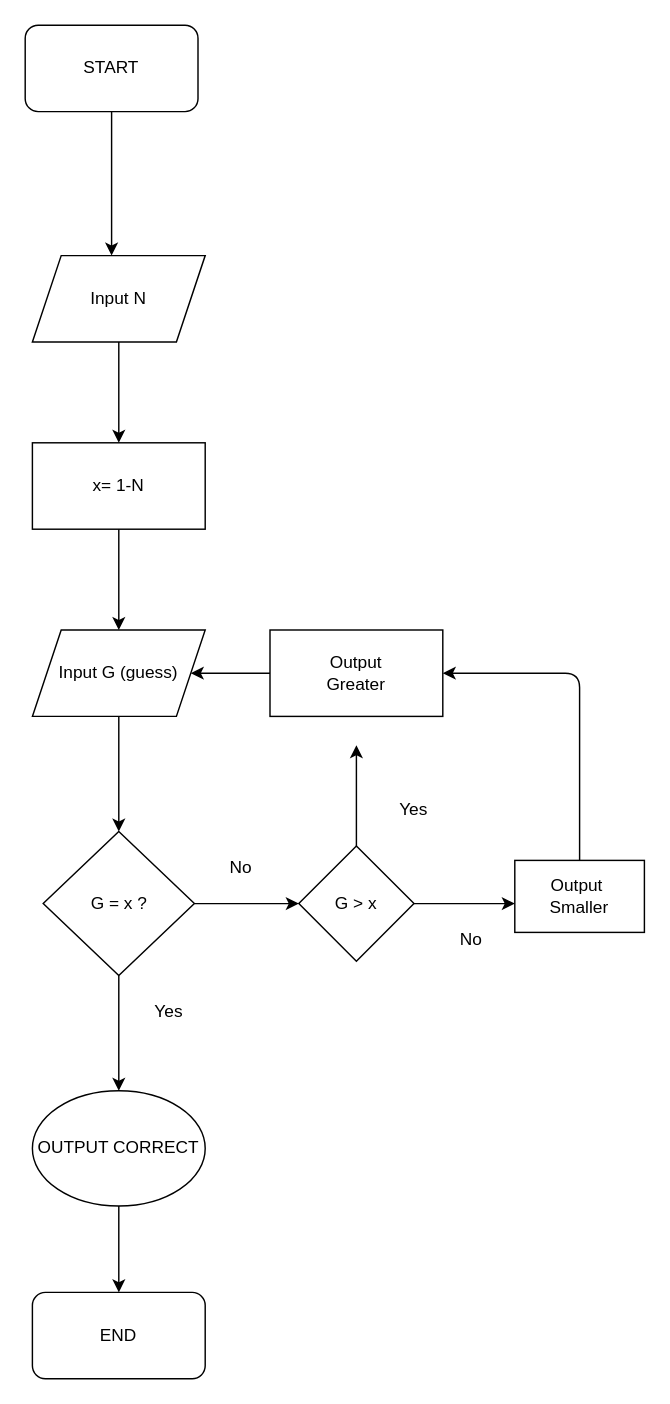
Earlier version of the draw.io diagram Daniela/guessing.drawio (ajnacodes/Algorithms-and-Data-Structures---collab--with--Iris--Day-1). Source tidied: cells renumbered, new cells numbered last; positions are measured from the earlier drawing's top-left corner, leaving out a move shared by most shapes. Both pictures are drawn from the tidied source at 144%, with x=0, y=0 at pixel (24, 24).
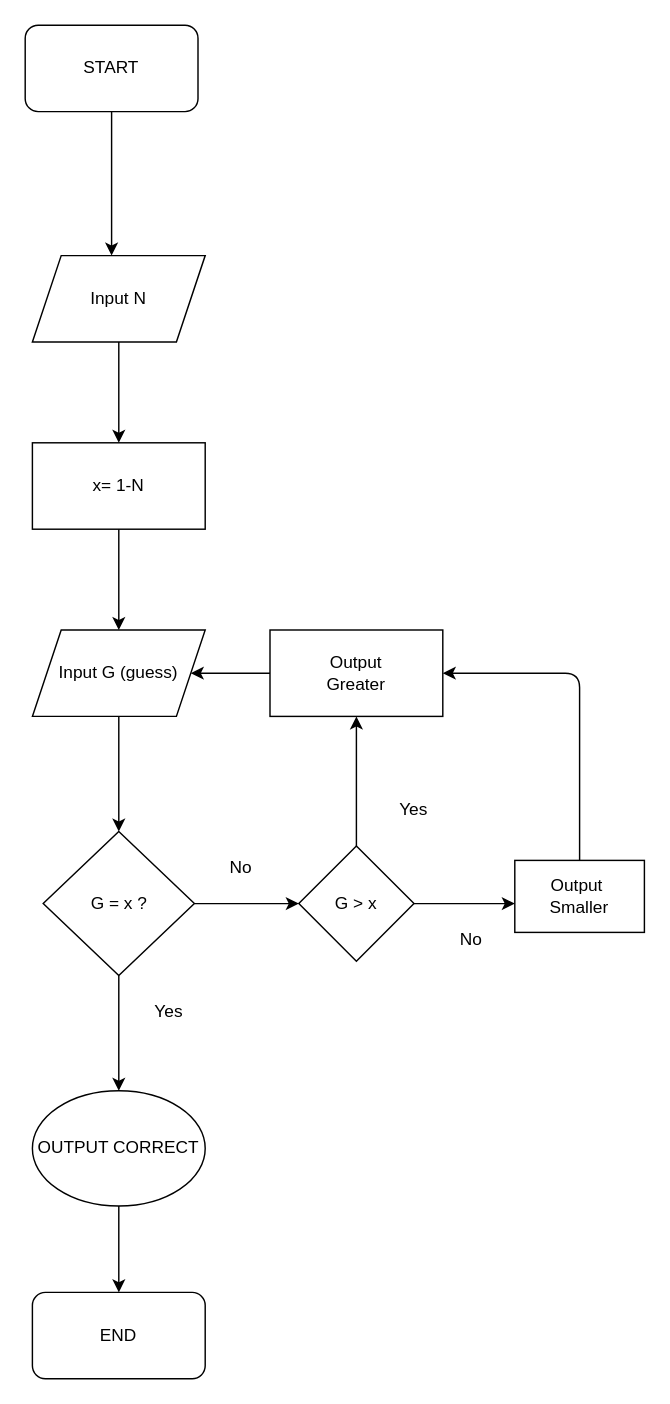
Above is the later version.

Unchanged cells that the change refers to:
```xml
<mxCell id="18" value="G &amp;gt; x" style="rhombus;whiteSpace=wrap;html=1;" parent="1" vertex="1">
  <mxGeometry x="190" y="570" width="80" height="80" as="geometry" />
</mxCell>
<mxCell id="25" value="Output&lt;br&gt;Greater" style="rounded=0;whiteSpace=wrap;html=1;" parent="1" vertex="1">
  <mxGeometry x="170" y="420" width="120" height="60" as="geometry" />
</mxCell>
```

The edit, as a diff of the source:
```diff
@@
-    <mxCell id="19" style="endArrow=classic;html=1;exitX=0.5;exitY=0;exitDx=0;exitDy=0;" parent="1" edge="1" source="18">
-      <mxGeometry relative="1" as="geometry">
-        <mxPoint x="230" y="500" as="targetPoint" />
-      </mxGeometry>
+    <mxCell id="19" style="endArrow=classic;html=1;exitX=0.5;exitY=0;exitDx=0;exitDy=0;entryX=0.5;entryY=1;entryDx=0;entryDy=0;" parent="1" edge="1" source="18" target="25">
+      <mxGeometry relative="1" as="geometry" />
     </mxCell>
```
